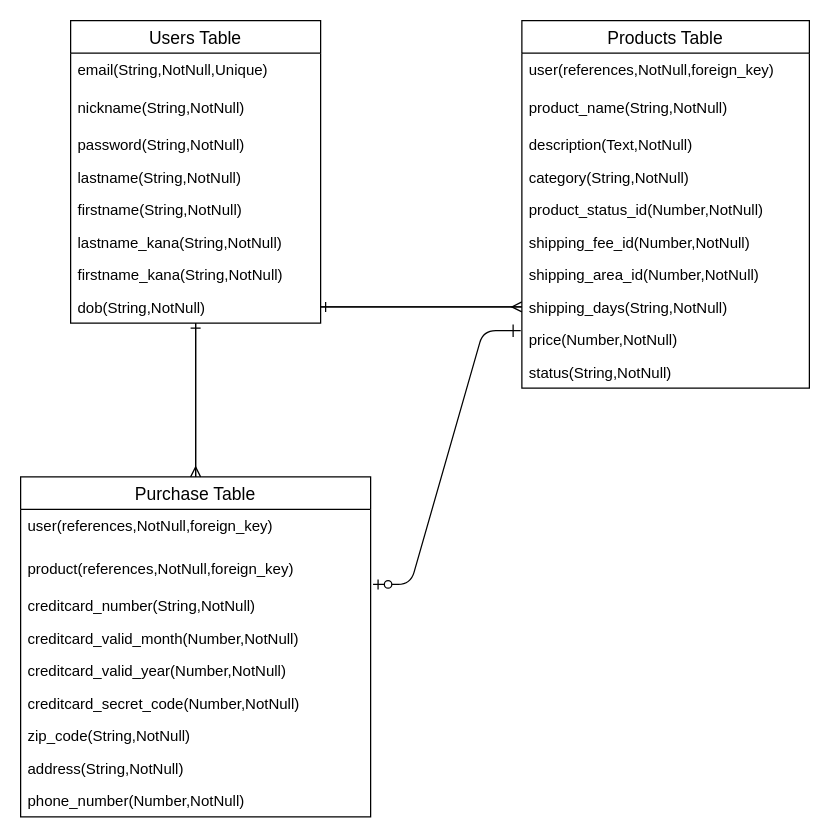
The draw.io diagram er.dio in yogurt-mr/furima-38039, before the edit. Source tidied: cells renumbered, new cells numbered last; positions are measured from the earlier drawing's top-left corner, leaving out a move shared by most shapes. Both pictures are drawn from the tidied source at 125%, with x=0, y=0 at pixel (20, 20).
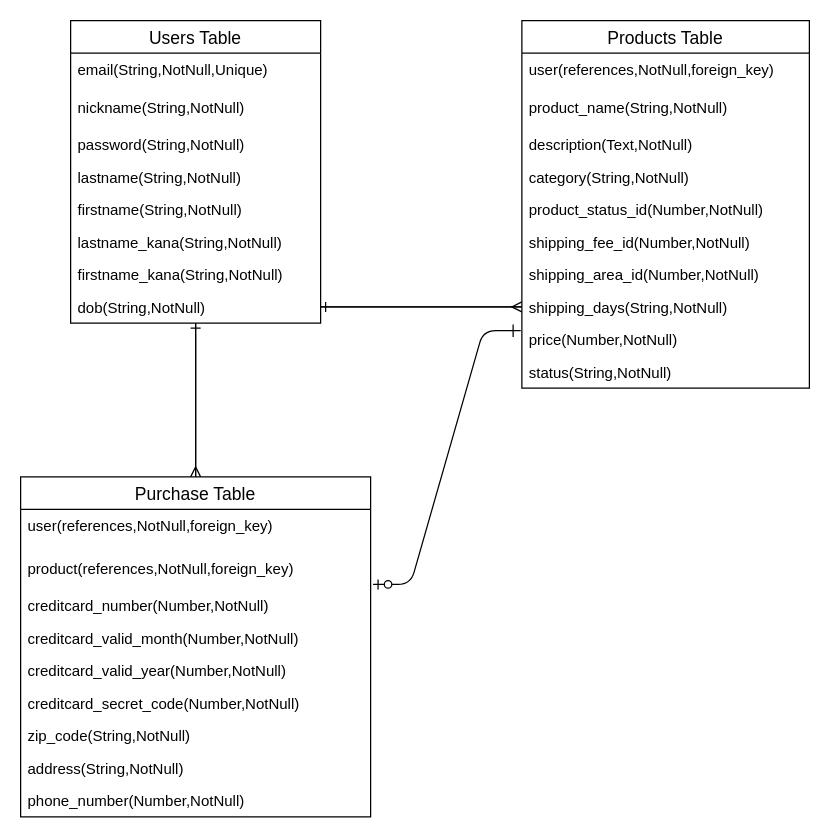
The same diagram, later.

Unchanged cells that the change refers to:
```xml
<mxCell id="23" value="Purchase Table" style="swimlane;fontStyle=0;horizontal=1;startSize=26;align=center;fontSize=14;" parent="1" vertex="1">
  <mxGeometry y="365" width="280" height="272" as="geometry" />
</mxCell>
```

What changed in the source:
```diff
@@
-    <mxCell id="26" value="creditcard_number(String,NotNull)" style="text;strokeColor=none;fillColor=none;spacingLeft=4;spacingRight=4;overflow=hidden;fontSize=12;" parent="23" vertex="1">
+    <mxCell id="26" value="creditcard_number(Number,NotNull)" style="text;strokeColor=none;fillColor=none;spacingLeft=4;spacingRight=4;overflow=hidden;fontSize=12;" parent="23" vertex="1">
       <mxGeometry y="90" width="280" height="26" as="geometry" />
     </mxCell>
```
